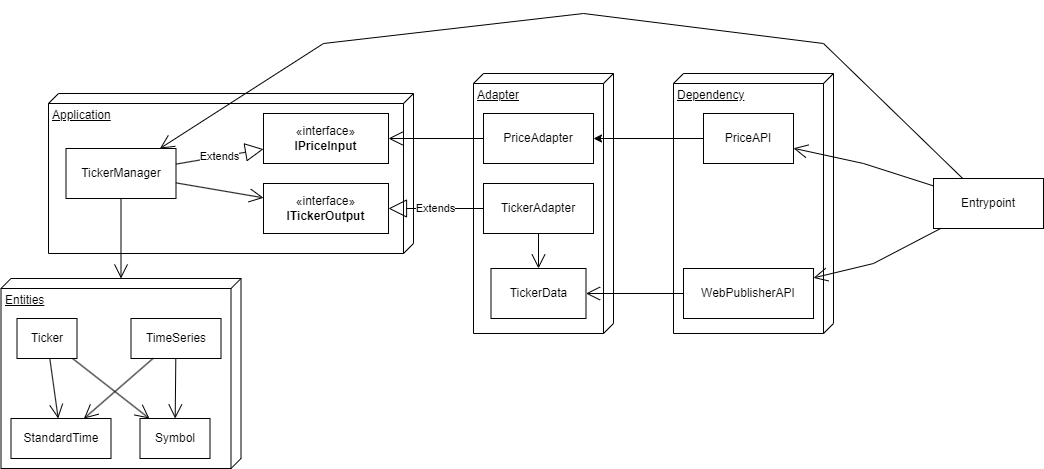
Before: docs/structure.png, a diagram exported from draw.io (mwhicks-dev/automatic-octo-spoon). Source tidied: cells renumbered, new cells last; positions are measured from the earlier drawing's top-left corner, leaving out a move shared by most shapes.
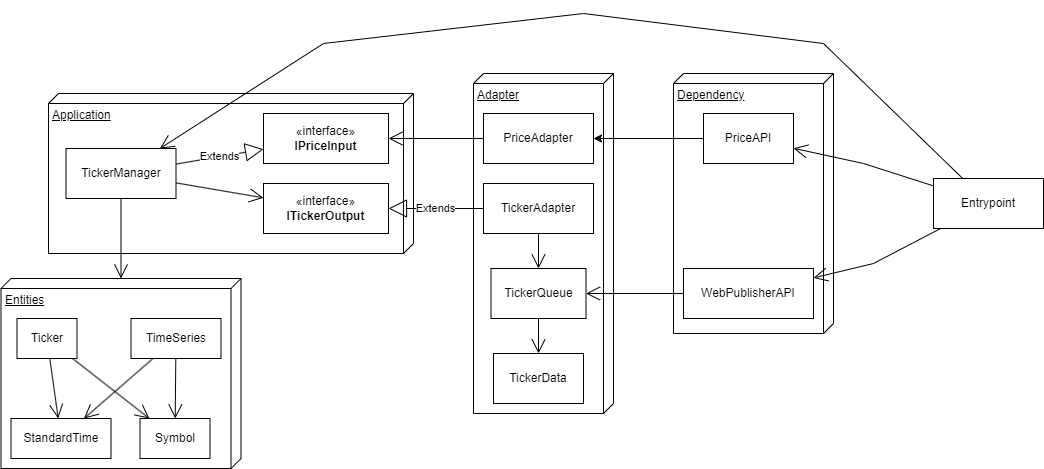
The same file after the commit.

Commit message:
Created simple data structure for output frameworks to use

The edit, as a diff of the source:
```diff
@@ -33,7 +33,7 @@
       <mxGeometry relative="1" as="geometry" />
     </mxCell>
     <mxCell id="12" value="Adapter" style="verticalAlign=top;align=left;spacingTop=8;spacingLeft=2;spacingRight=12;shape=cube;size=10;direction=south;fontStyle=4;html=1;whiteSpace=wrap;" parent="1" vertex="1">
-      <mxGeometry x="472" y="60" width="140" height="260" as="geometry" />
+      <mxGeometry x="472" y="60" width="140" height="340" as="geometry" />
     </mxCell>
     <mxCell id="13" style="group;" parent="1" vertex="1">
       <mxGeometry x="47" y="80" width="365" height="160" as="geometry" />
@@ -68,7 +68,7 @@
     <mxCell id="23" value="Extends" style="endArrow=block;endSize=16;endFill=0;html=1;rounded=0;" parent="1" edge="1" source="22" target="16">
       <mxGeometry relative="1" as="geometry" />
     </mxCell>
-    <mxCell id="24" value="TickerData" style="html=1;whiteSpace=wrap;" parent="1" vertex="1">
+    <mxCell id="24" value="TickerQueue" style="html=1;whiteSpace=wrap;" parent="1" vertex="1">
       <mxGeometry x="489.5" y="255" width="95" height="50" as="geometry" />
     </mxCell>
     <mxCell id="25" style="endArrow=open;endFill=1;endSize=12;html=1;rounded=0;" parent="1" edge="1" source="22" target="24">
@@ -118,5 +118,11 @@
     <mxCell id="35" value="PriceAdapter" style="html=1;whiteSpace=wrap;" parent="1" vertex="1">
       <mxGeometry x="482" y="100" width="110" height="50" as="geometry" />
     </mxCell>
+    <mxCell id="36" value="TickerData" style="html=1;whiteSpace=wrap;" parent="1" vertex="1">
+      <mxGeometry x="492" y="340" width="90" height="50" as="geometry" />
+    </mxCell>
+    <mxCell id="37" style="endArrow=open;endFill=1;endSize=12;html=1;rounded=0;" parent="1" edge="1" source="24" target="36">
+      <mxGeometry relative="1" as="geometry" />
+    </mxCell>
   </root>
 </mxGraphModel>
```
